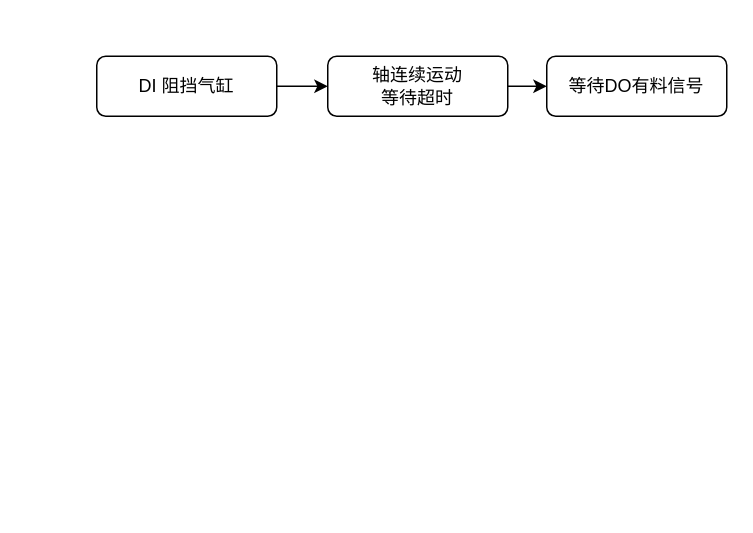
Above: 分段泳道流程.drawio in lcq186/DrawDoc (draw.io), before the change. Source tidied: cells renumbered, new cells numbered last; positions are measured from the earlier drawing's top-left corner, leaving out a move shared by most shapes. Both pictures are drawn from the tidied source at 150%, with x=0, y=0 at pixel (96, 56).
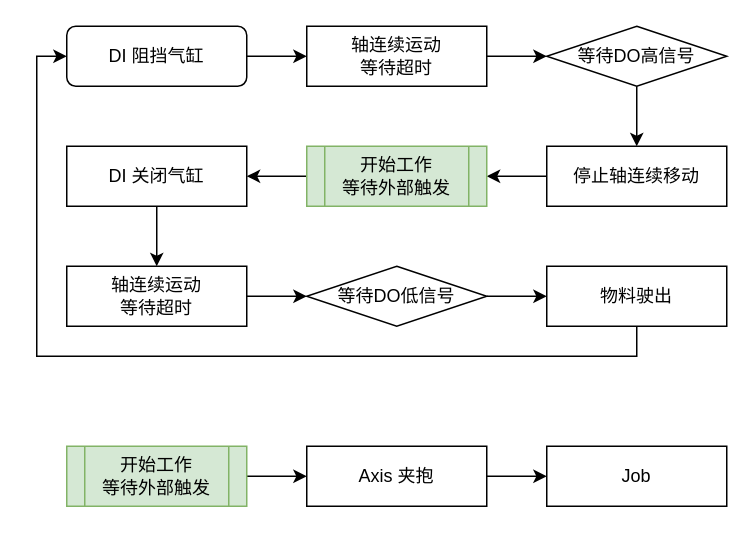
Above is the later version.

Commit message (it also covers changes not shown here):
更新分段泳道流程.drawio

Change to the diagram source:
```diff
@@
     <mxCell id="3" value="DI 阻挡气缸" style="rounded=1;whiteSpace=wrap;html=1;fontSize=12;glass=0;strokeWidth=1;shadow=0;" parent="1" vertex="1">
-      <mxGeometry width="120" height="40" as="geometry" />
+      <mxGeometry x="-20" y="-20" width="120" height="40" as="geometry" />
     </mxCell>
@@
-    <mxCell id="5" value="轴连续运动&lt;br&gt;等待超时" style="rounded=1;whiteSpace=wrap;html=1;fontSize=12;glass=0;strokeWidth=1;shadow=0;" parent="1" vertex="1">
-      <mxGeometry x="154" width="120" height="40" as="geometry" />
+    <mxCell id="5" value="轴连续运动&lt;br&gt;等待超时" style="rounded=0;whiteSpace=wrap;html=1;fontSize=12;glass=0;strokeWidth=1;shadow=0;" parent="1" vertex="1">
+      <mxGeometry x="140" y="-20" width="120" height="40" as="geometry" />
     </mxCell>
+    <mxCell id="7" style="edgeStyle=orthogonalEdgeStyle;rounded=0;jettySize=auto;html=1;" parent="1" edge="1" source="6" target="9">
+      <mxGeometry relative="1" as="geometry" />
+    </mxCell>
-    <mxCell id="6" value="等待DO有料信号" style="rounded=1;whiteSpace=wrap;html=1;fontSize=12;glass=0;strokeWidth=1;shadow=0;" parent="1" vertex="1">
-      <mxGeometry x="300" width="120" height="40" as="geometry" />
+    <mxCell id="6" value="等待DO高信号" style="rounded=0;whiteSpace=wrap;html=1;fontSize=12;glass=0;strokeWidth=1;shadow=0;shape=rhombus;perimeter=rhombusPerimeter;" parent="1" vertex="1">
+      <mxGeometry x="300" y="-20" width="120" height="40" as="geometry" />
     </mxCell>
+    <mxCell id="8" style="edgeStyle=orthogonalEdgeStyle;rounded=0;jettySize=auto;html=1;" parent="1" edge="1" source="9" target="11">
+      <mxGeometry relative="1" as="geometry" />
+    </mxCell>
+    <mxCell id="9" value="停止轴连续移动" style="whiteSpace=wrap;html=1;rounded=0;glass=0;strokeWidth=1;shadow=0;" parent="1" vertex="1">
+      <mxGeometry x="300" y="60" width="120" height="40" as="geometry" />
+    </mxCell>
+    <mxCell id="10" style="edgeStyle=orthogonalEdgeStyle;rounded=0;jettySize=auto;html=1;" parent="1" edge="1" source="11" target="13">
+      <mxGeometry relative="1" as="geometry" />
+    </mxCell>
+    <mxCell id="11" value="开始工作&lt;br&gt;等待外部触发" style="whiteSpace=wrap;html=1;rounded=0;glass=0;strokeWidth=1;shadow=0;shape=process;backgroundOutline=1;fillColor=#d5e8d4;strokeColor=#82b366;" parent="1" vertex="1">
+      <mxGeometry x="140" y="60" width="120" height="40" as="geometry" />
+    </mxCell>
+    <mxCell id="12" style="edgeStyle=orthogonalEdgeStyle;rounded=0;jettySize=auto;html=1;" parent="1" edge="1" source="13" target="15">
+      <mxGeometry relative="1" as="geometry" />
+    </mxCell>
+    <mxCell id="13" value="DI 关闭气缸" style="whiteSpace=wrap;html=1;rounded=0;glass=0;strokeWidth=1;shadow=0;" parent="1" vertex="1">
+      <mxGeometry x="-20" y="60" width="120" height="40" as="geometry" />
+    </mxCell>
+    <mxCell id="14" style="edgeStyle=orthogonalEdgeStyle;rounded=0;jettySize=auto;html=1;" parent="1" edge="1" source="15" target="17">
+      <mxGeometry relative="1" as="geometry" />
+    </mxCell>
+    <mxCell id="15" value="轴连续运动&lt;br style=&quot;border-color: var(--border-color);&quot;&gt;等待超时" style="whiteSpace=wrap;html=1;rounded=0;glass=0;strokeWidth=1;shadow=0;" parent="1" vertex="1">
+      <mxGeometry x="-20" y="140" width="120" height="40" as="geometry" />
+    </mxCell>
+    <mxCell id="16" style="edgeStyle=orthogonalEdgeStyle;rounded=0;jettySize=auto;html=1;" parent="1" edge="1" source="17" target="19">
+      <mxGeometry relative="1" as="geometry" />
+    </mxCell>
+    <mxCell id="17" value="等待DO低信号" style="whiteSpace=wrap;html=1;rounded=0;glass=0;strokeWidth=1;shadow=0;shape=rhombus;perimeter=rhombusPerimeter;" parent="1" vertex="1">
+      <mxGeometry x="140" y="140" width="120" height="40" as="geometry" />
+    </mxCell>
+    <mxCell id="18" style="edgeStyle=orthogonalEdgeStyle;rounded=0;jettySize=auto;html=1;entryX=0;entryY=0.5;entryDx=0;entryDy=0;" parent="1" edge="1" source="19" target="3">
+      <mxGeometry relative="1" as="geometry">
+        <Array as="points">
+          <mxPoint x="360" y="200" />
+          <mxPoint x="-40" y="200" />
+          <mxPoint x="-40" />
+        </Array>
+      </mxGeometry>
+    </mxCell>
+    <mxCell id="19" value="物料驶出" style="whiteSpace=wrap;html=1;rounded=0;glass=0;strokeWidth=1;shadow=0;" parent="1" vertex="1">
+      <mxGeometry x="300" y="140" width="120" height="40" as="geometry" />
+    </mxCell>
+    <mxCell id="20" style="edgeStyle=orthogonalEdgeStyle;rounded=0;jettySize=auto;html=1;" parent="1" edge="1" source="21" target="23">
+      <mxGeometry relative="1" as="geometry" />
+    </mxCell>
+    <mxCell id="21" value="开始工作&lt;br&gt;等待外部触发" style="whiteSpace=wrap;html=1;rounded=0;glass=0;strokeWidth=1;shadow=0;shape=process;backgroundOutline=1;fillColor=#d5e8d4;strokeColor=#82b366;" parent="1" vertex="1">
+      <mxGeometry x="-20" y="260" width="120" height="40" as="geometry" />
+    </mxCell>
+    <mxCell id="22" style="edgeStyle=orthogonalEdgeStyle;rounded=0;jettySize=auto;html=1;" parent="1" edge="1" source="23" target="24">
+      <mxGeometry relative="1" as="geometry" />
+    </mxCell>
+    <mxCell id="23" value="Axis 夹抱" style="whiteSpace=wrap;html=1;rounded=0;glass=0;strokeWidth=1;shadow=0;" parent="1" vertex="1">
+      <mxGeometry x="140" y="260" width="120" height="40" as="geometry" />
+    </mxCell>
+    <mxCell id="24" value="Job" style="whiteSpace=wrap;html=1;rounded=0;glass=0;strokeWidth=1;shadow=0;" parent="1" vertex="1">
+      <mxGeometry x="300" y="260" width="120" height="40" as="geometry" />
+    </mxCell>
```
